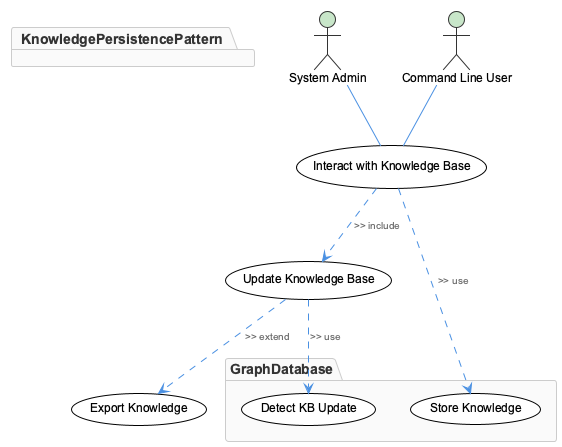
The PlantUML diagram knowledge-management/insights/images/knowledge-persistence-pattern-use-cases.png in fwornle/coding, before a commit. The source it was exported from:
```plantuml
@startuml
!include /Users/q284340/Agentic/coding/docs/puml/_standard-style.puml

actor SystemAdmin as "System Admin"
actor CommandLineUser as "Command Line User"

usecase "Interact with Knowledge Base" as (Interact with Knowledge Base)
usecase "Update Knowledge Base" as (Update Knowledge Base)
usecase "Export Knowledge" as (Export Knowledge)

package "KnowledgePersistencePattern" {
  (Interact with Knowledge Base) ..> (Update Knowledge Base) : >> include
  (Update Knowledge Base) ..> (Export Knowledge) : >> extend
}

SystemAdmin -- (Interact with Knowledge Base)
CommandLineUser -- (Interact with Knowledge Base)

package "GraphDatabase" {
  usecase "Store Knowledge" as (Store Knowledge)
  usecase "Detect KB Update" as (Detect KB Update)
}

(Interact with Knowledge Base) ..> (Store Knowledge) : >> use
(Update Knowledge Base) ..> (Detect KB Update) : >> use

@enduml
```
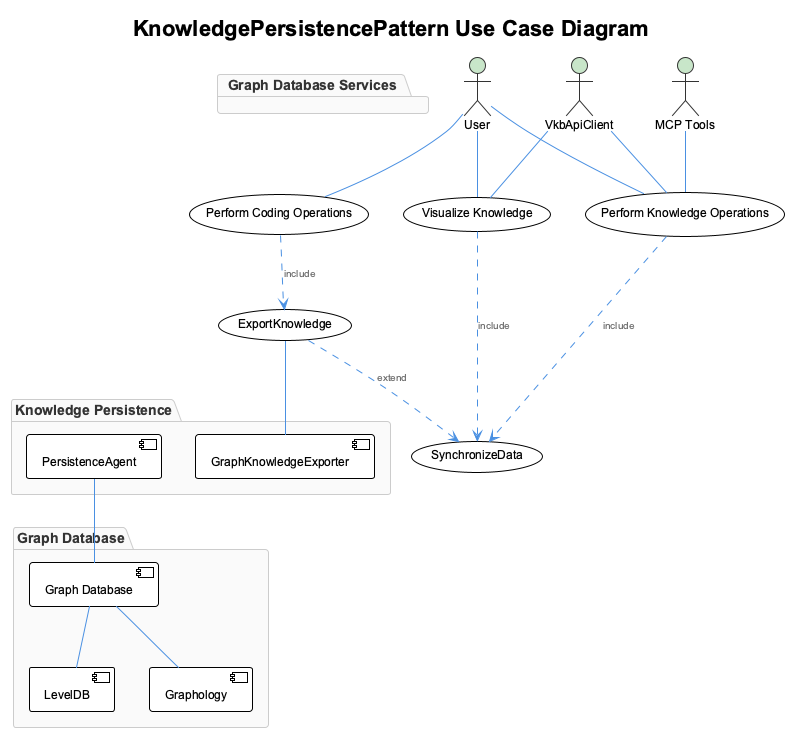
Later version of the same file.

Change to the diagram source:
```diff
@@ -1,27 +1,50 @@
 @startuml
 !include /Users/q284340/Agentic/coding/docs/puml/_standard-style.puml
 
-actor SystemAdmin as "System Admin"
-actor CommandLineUser as "Command Line User"
+title KnowledgePersistencePattern Use Case Diagram
 
-usecase "Interact with Knowledge Base" as (Interact with Knowledge Base)
-usecase "Update Knowledge Base" as (Update Knowledge Base)
-usecase "Export Knowledge" as (Export Knowledge)
+actor User as "User"
+actor VkbApiClient as "VkbApiClient"
+actor MCPTools as "MCP Tools"
 
-package "KnowledgePersistencePattern" {
-  (Interact with Knowledge Base) ..> (Update Knowledge Base) : >> include
-  (Update Knowledge Base) ..> (Export Knowledge) : >> extend
+usecase "Visualize Knowledge" as (VisualizeKnowledge)
+usecase "Perform Knowledge Operations" as (PerformKnowledgeOperations)
+usecase "Synchronize Data" as (SynchronizeData)
+usecase "Export Knowledge" as (ExportKnowledge)
+usecase "Perform Coding Operations" as (PerformCodingOperations)
+
+User -- (VisualizeKnowledge)
+User -- (PerformKnowledgeOperations)
+User -- (PerformCodingOperations)
+
+VkbApiClient -- (VisualizeKnowledge)
+VkbApiClient -- (PerformKnowledgeOperations)
+
+MCPTools -- (PerformKnowledgeOperations)
+
+(VisualizeKnowledge) ..> (SynchronizeData) : include
+(PerformKnowledgeOperations) ..> (SynchronizeData) : include
+(ExportKnowledge) ..> (SynchronizeData) : extend
+(PerformCodingOperations) ..> (ExportKnowledge) : include
+
+package "Graph Database Services" {
+  (SynchronizeData)
+  (ExportKnowledge)
 }
 
-SystemAdmin -- (Interact with Knowledge Base)
-CommandLineUser -- (Interact with Knowledge Base)
-
-package "GraphDatabase" {
-  usecase "Store Knowledge" as (Store Knowledge)
-  usecase "Detect KB Update" as (Detect KB Update)
+package "Graph Database" {
+  component GraphDatabase as "Graph Database"
+  component LevelDB as "LevelDB"
+  component Graphology as "Graphology"
+  GraphDatabase -- LevelDB
+  GraphDatabase -- Graphology
 }
 
-(Interact with Knowledge Base) ..> (Store Knowledge) : >> use
-(Update Knowledge Base) ..> (Detect KB Update) : >> use
+package "Knowledge Persistence" {
+  component PersistenceAgent as "PersistenceAgent"
+  component GraphKnowledgeExporter as "GraphKnowledgeExporter"
+  (ExportKnowledge) -- GraphKnowledgeExporter
+  PersistenceAgent -- GraphDatabase
+}
 
 @enduml
```
